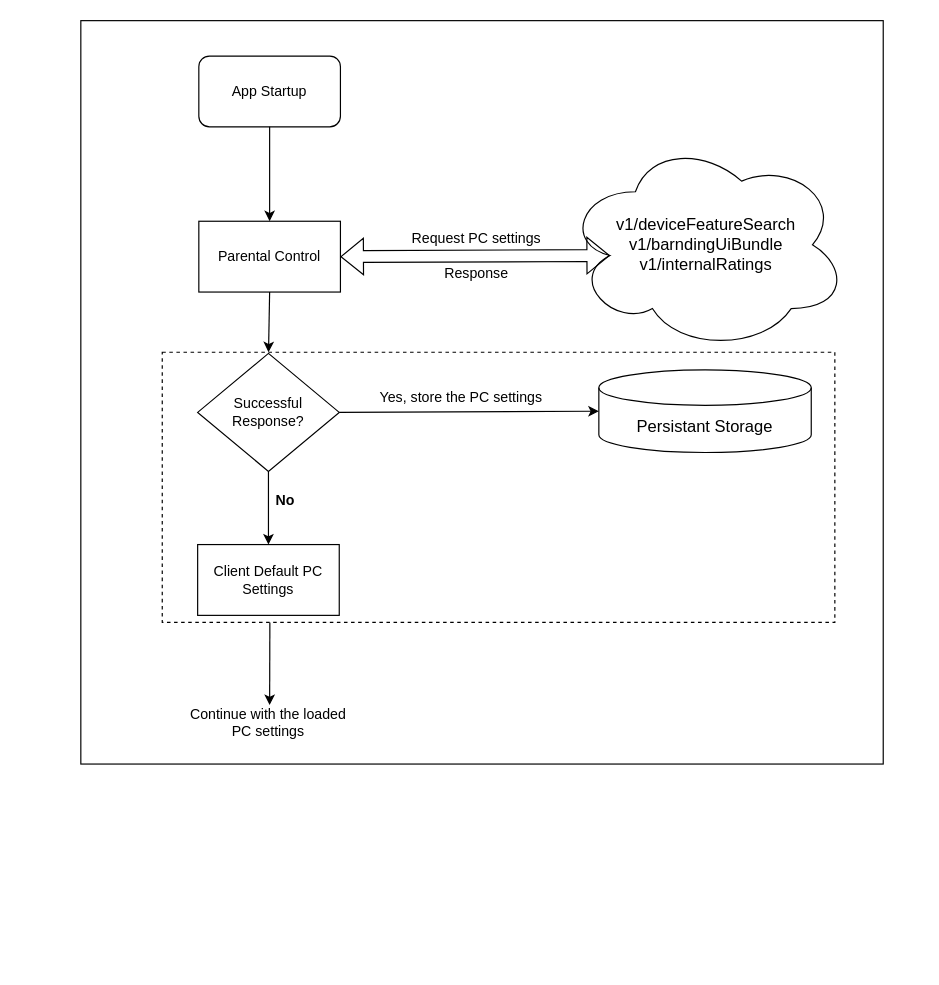
Above: parental-control-flow.drawio in ashokkumarsh/diagrams (draw.io), before the change. Source tidied: cells renumbered, new cells numbered last; positions are measured from the earlier drawing's top-left corner, leaving out a move shared by most shapes. Both pictures are drawn from the tidied source at 118%, with x=0, y=0 at pixel (80, 20).
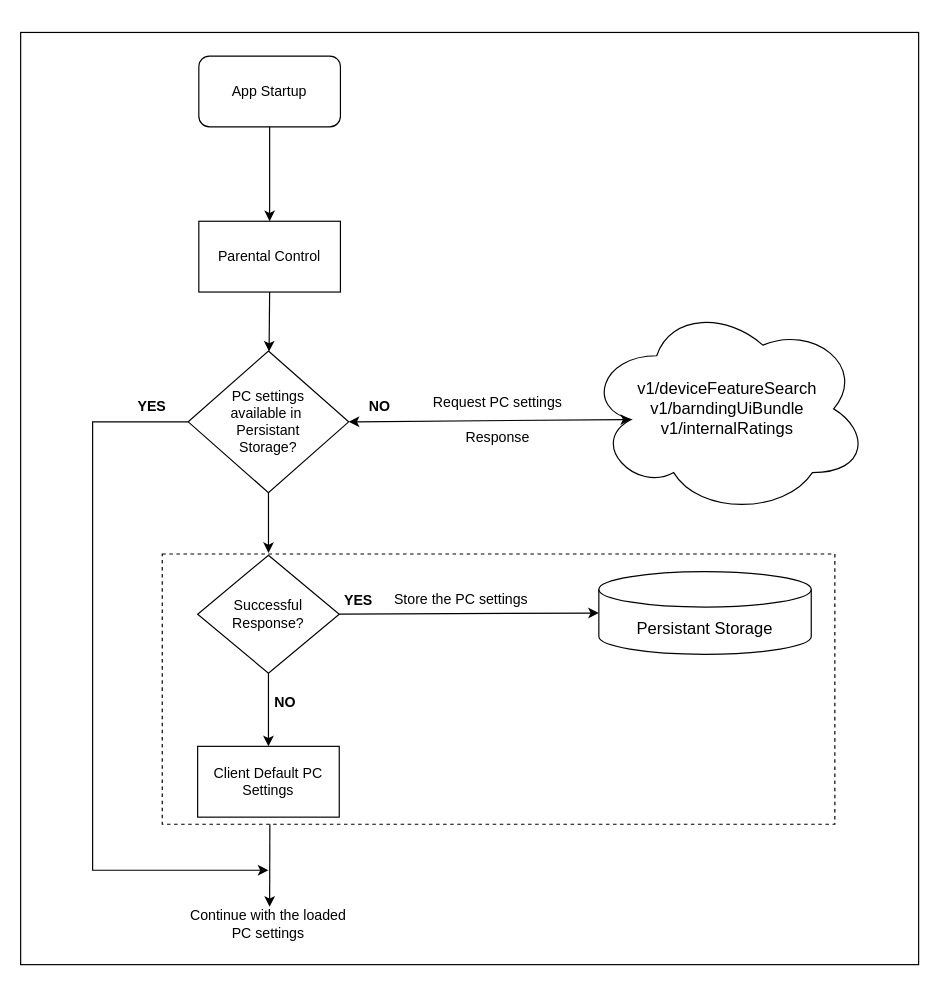
Above is the later version.

The edit, as a diff of the source:
```diff
@@
-    <mxCell id="2" style="rounded=0;whiteSpace=wrap;html=1;" parent="1" vertex="1">
-      <mxGeometry width="680" height="630" as="geometry" />
-    </mxCell>
+    <mxCell id="23" style="group;" parent="1" vertex="1">
+      <mxGeometry x="-51" y="10" width="761" height="790" as="geometry" />
+    </mxCell>
+    <mxCell id="24" style="rounded=0;whiteSpace=wrap;html=1;fillColor=default;" parent="23" vertex="1">
+      <mxGeometry width="761" height="790" as="geometry" />
+    </mxCell>
-    <mxCell id="3" style="rounded=0;whiteSpace=wrap;html=1;fillColor=none;dashed=1;" parent="1" vertex="1">
-      <mxGeometry x="69" y="281" width="570" height="229" as="geometry" />
+    <mxCell id="3" style="rounded=0;whiteSpace=wrap;html=1;fillColor=none;dashed=1;" parent="23" vertex="1">
+      <mxGeometry x="120" y="442" width="570" height="229" as="geometry" />
     </mxCell>
-    <mxCell id="4" value="&lt;span style=&quot;font-size: 14px;&quot;&gt;&lt;font style=&quot;font-size: 14px;&quot;&gt;v1/deviceFeatureSearch&lt;/font&gt;&lt;/span&gt;&lt;div style=&quot;font-size: 14px;&quot;&gt;&lt;font style=&quot;font-size: 14px;&quot;&gt;v1/barndingUiBundle&lt;/font&gt;&lt;/div&gt;&lt;div style=&quot;font-size: 14px;&quot;&gt;&lt;font style=&quot;font-size: 14px;&quot;&gt;v1/internalRatings&lt;/font&gt;&lt;/div&gt;" style="ellipse;shape=cloud;whiteSpace=wrap;html=1;" parent="1" vertex="1">
-      <mxGeometry x="410" y="100" width="240" height="180" as="geometry" />
+    <mxCell id="4" value="&lt;span style=&quot;font-size: 14px;&quot;&gt;&lt;font style=&quot;font-size: 14px;&quot;&gt;v1/deviceFeatureSearch&lt;/font&gt;&lt;/span&gt;&lt;div style=&quot;font-size: 14px;&quot;&gt;&lt;font style=&quot;font-size: 14px;&quot;&gt;v1/barndingUiBundle&lt;/font&gt;&lt;/div&gt;&lt;div style=&quot;font-size: 14px;&quot;&gt;&lt;font style=&quot;font-size: 14px;&quot;&gt;v1/internalRatings&lt;/font&gt;&lt;/div&gt;" style="ellipse;shape=cloud;whiteSpace=wrap;html=1;" parent="23" vertex="1">
+      <mxGeometry x="479" y="229" width="240" height="180" as="geometry" />
     </mxCell>
-    <mxCell id="5" style="edgeStyle=orthogonalEdgeStyle;rounded=0;orthogonalLoop=1;jettySize=auto;html=1;exitX=0.5;exitY=1;exitDx=0;exitDy=0;exitPerimeter=0;" parent="1" edge="1" source="6" target="6">
+    <mxCell id="5" style="edgeStyle=orthogonalEdgeStyle;rounded=0;orthogonalLoop=1;jettySize=auto;html=1;exitX=0.5;exitY=1;exitDx=0;exitDy=0;exitPerimeter=0;" parent="23" edge="1" source="6" target="6">
       <mxGeometry relative="1" as="geometry" />
     </mxCell>
-    <mxCell id="6" value="&lt;font style=&quot;font-size: 14px;&quot;&gt;Persistant Storage&lt;/font&gt;" style="shape=cylinder3;whiteSpace=wrap;html=1;boundedLbl=1;backgroundOutline=1;size=15;" parent="1" vertex="1">
-      <mxGeometry x="439" y="296" width="180" height="70" as="geometry" />
+    <mxCell id="6" value="&lt;font style=&quot;font-size: 14px;&quot;&gt;Persistant Storage&lt;/font&gt;" style="shape=cylinder3;whiteSpace=wrap;html=1;boundedLbl=1;backgroundOutline=1;size=15;" parent="23" vertex="1">
+      <mxGeometry x="490" y="457" width="180" height="70" as="geometry" />
     </mxCell>
-    <mxCell id="7" value="Parental Control" style="rounded=0;whiteSpace=wrap;html=1;" parent="1" vertex="1">
-      <mxGeometry x="100" y="170" width="120" height="60" as="geometry" />
+    <mxCell id="7" value="Parental Control" style="rounded=0;whiteSpace=wrap;html=1;" parent="23" vertex="1">
+      <mxGeometry x="151" y="160" width="120" height="60" as="geometry" />
     </mxCell>
-    <mxCell id="8" value="App Startup" style="rounded=1;whiteSpace=wrap;html=1;" parent="1" vertex="1">
-      <mxGeometry x="100" y="30" width="120" height="60" as="geometry" />
+    <mxCell id="8" value="App Startup" style="rounded=1;whiteSpace=wrap;html=1;" parent="23" vertex="1">
+      <mxGeometry x="151" y="20" width="120" height="60" as="geometry" />
     </mxCell>
-    <mxCell id="9" style="endArrow=classic;html=1;rounded=0;exitX=0.5;exitY=1;exitDx=0;exitDy=0;" parent="1" edge="1" source="8" target="7">
+    <mxCell id="9" style="endArrow=classic;html=1;rounded=0;exitX=0.5;exitY=1;exitDx=0;exitDy=0;" parent="23" edge="1" source="8" target="7">
       <mxGeometry relative="1" as="geometry" />
     </mxCell>
-    <mxCell id="10" value="Request PC settings" style="text;html=1;align=center;verticalAlign=middle;strokeColor=none;fillColor=none;" parent="1" vertex="1">
-      <mxGeometry x="270" y="170" width="130" height="30" as="geometry" />
+    <mxCell id="10" value="Request PC settings" style="text;html=1;align=center;verticalAlign=middle;strokeColor=none;fillColor=none;" parent="23" vertex="1">
+      <mxGeometry x="339" y="299" width="130" height="30" as="geometry" />
     </mxCell>
-    <mxCell id="11" style="shape=flexArrow;endArrow=classic;startArrow=classic;html=1;rounded=0;exitX=1;exitY=0.5;exitDx=0;exitDy=0;entryX=0.16;entryY=0.55;entryDx=0;entryDy=0;entryPerimeter=0;" parent="1" edge="1" source="7" target="4">
-      <mxGeometry relative="1" as="geometry" />
-    </mxCell>
-    <mxCell id="12" value="Response" style="text;html=1;align=center;verticalAlign=middle;strokeColor=none;fillColor=none;" parent="1" vertex="1">
-      <mxGeometry x="295" y="200" width="80" height="30" as="geometry" />
+    <mxCell id="12" value="Response" style="text;html=1;align=center;verticalAlign=middle;strokeColor=none;fillColor=none;" parent="23" vertex="1">
+      <mxGeometry x="364" y="329" width="80" height="30" as="geometry" />
     </mxCell>
-    <mxCell id="13" value="Successful Response?" style="rhombus;whiteSpace=wrap;html=1;" parent="1" vertex="1">
-      <mxGeometry x="99" y="282" width="120" height="100" as="geometry" />
+    <mxCell id="13" value="Successful Response?" style="rhombus;whiteSpace=wrap;html=1;" parent="23" vertex="1">
+      <mxGeometry x="150" y="443" width="120" height="100" as="geometry" />
     </mxCell>
-    <mxCell id="14" style="endArrow=classic;html=1;rounded=0;exitX=0.5;exitY=1;exitDx=0;exitDy=0;entryX=0.158;entryY=0;entryDx=0;entryDy=0;entryPerimeter=0;" parent="1" edge="1" source="7" target="3">
+    <mxCell id="14" style="endArrow=classic;html=1;rounded=0;exitX=0.5;exitY=1;exitDx=0;exitDy=0;" parent="23" edge="1" source="7" target="25">
       <mxGeometry relative="1" as="geometry" />
     </mxCell>
-    <mxCell id="15" style="endArrow=classic;html=1;rounded=0;exitX=1;exitY=0.5;exitDx=0;exitDy=0;entryX=0;entryY=0.5;entryDx=0;entryDy=0;entryPerimeter=0;" parent="1" edge="1" source="13" target="6">
+    <mxCell id="15" style="endArrow=classic;html=1;rounded=0;exitX=1;exitY=0.5;exitDx=0;exitDy=0;entryX=0;entryY=0.5;entryDx=0;entryDy=0;entryPerimeter=0;" parent="23" edge="1" source="13" target="6">
       <mxGeometry relative="1" as="geometry" />
     </mxCell>
-    <mxCell id="16" value="Yes, store the PC settings" style="text;html=1;align=center;verticalAlign=middle;strokeColor=none;fillColor=none;" parent="1" vertex="1">
-      <mxGeometry x="242" y="305" width="160" height="30" as="geometry" />
+    <mxCell id="16" value="Store the PC settings" style="text;html=1;align=center;verticalAlign=middle;strokeColor=none;fillColor=none;" parent="23" vertex="1">
+      <mxGeometry x="303" y="466" width="140" height="30" as="geometry" />
     </mxCell>
-    <mxCell id="17" value="Client Default PC Settings" style="rounded=0;whiteSpace=wrap;html=1;" parent="1" vertex="1">
-      <mxGeometry x="99" y="444" width="120" height="60" as="geometry" />
+    <mxCell id="17" value="Client Default PC Settings" style="rounded=0;whiteSpace=wrap;html=1;" parent="23" vertex="1">
+      <mxGeometry x="150" y="605" width="120" height="60" as="geometry" />
     </mxCell>
-    <mxCell id="18" style="endArrow=classic;html=1;rounded=0;exitX=0.5;exitY=1;exitDx=0;exitDy=0;" parent="1" edge="1" source="13" target="17">
+    <mxCell id="18" style="endArrow=classic;html=1;rounded=0;exitX=0.5;exitY=1;exitDx=0;exitDy=0;" parent="23" edge="1" source="13" target="17">
       <mxGeometry relative="1" as="geometry" />
     </mxCell>
-    <mxCell id="19" value="No" style="text;html=1;align=center;verticalAlign=middle;strokeColor=none;fillColor=none;fontStyle=1;" parent="1" vertex="1">
-      <mxGeometry x="153" y="392" width="40" height="30" as="geometry" />
+    <mxCell id="19" value="NO" style="text;html=1;align=center;verticalAlign=middle;strokeColor=none;fillColor=none;fontStyle=1;" parent="23" vertex="1">
+      <mxGeometry x="204" y="553" width="40" height="30" as="geometry" />
     </mxCell>
-    <mxCell id="20" style="edgeStyle=orthogonalEdgeStyle;rounded=0;orthogonalLoop=1;jettySize=auto;html=1;exitX=0.5;exitY=1;exitDx=0;exitDy=0;" parent="1" edge="1" source="3" target="3">
+    <mxCell id="20" style="edgeStyle=orthogonalEdgeStyle;rounded=0;orthogonalLoop=1;jettySize=auto;html=1;exitX=0.5;exitY=1;exitDx=0;exitDy=0;" parent="23" edge="1" source="3" target="3">
       <mxGeometry relative="1" as="geometry" />
     </mxCell>
-    <mxCell id="21" style="endArrow=classic;html=1;rounded=0;exitX=0.16;exitY=1;exitDx=0;exitDy=0;exitPerimeter=0;" parent="1" edge="1" source="3">
+    <mxCell id="21" style="endArrow=classic;html=1;rounded=0;exitX=0.16;exitY=1;exitDx=0;exitDy=0;exitPerimeter=0;" parent="23" edge="1" source="3">
       <mxGeometry relative="1" as="geometry">
-        <mxPoint x="160" y="580" as="targetPoint" />
+        <mxPoint x="211" y="741" as="targetPoint" />
       </mxGeometry>
     </mxCell>
-    <mxCell id="22" value="Continue with the loaded PC settings" style="text;html=1;align=center;verticalAlign=middle;whiteSpace=wrap;rounded=0;" parent="1" vertex="1">
-      <mxGeometry x="89" y="580" width="140" height="30" as="geometry" />
+    <mxCell id="22" value="Continue with the loaded PC settings" style="text;html=1;align=center;verticalAlign=middle;whiteSpace=wrap;rounded=0;" parent="23" vertex="1">
+      <mxGeometry x="140" y="741" width="140" height="30" as="geometry" />
     </mxCell>
+    <mxCell id="25" value="PC settings&lt;div&gt;available in&amp;nbsp;&lt;/div&gt;&lt;div&gt;Persistant&lt;/div&gt;&lt;div&gt;Storage?&lt;/div&gt;" style="rhombus;whiteSpace=wrap;html=1;" parent="23" vertex="1">
+      <mxGeometry x="142" y="270" width="136" height="120" as="geometry" />
+    </mxCell>
+    <mxCell id="26" style="endArrow=classic;startArrow=classic;html=1;rounded=0;exitX=1;exitY=0.5;exitDx=0;exitDy=0;entryX=0.16;entryY=0.55;entryDx=0;entryDy=0;entryPerimeter=0;" parent="23" edge="1" source="25" target="4">
+      <mxGeometry relative="1" as="geometry" />
+    </mxCell>
+    <mxCell id="27" value="NO" style="text;html=1;align=center;verticalAlign=middle;strokeColor=none;fillColor=none;fontStyle=1;" parent="23" vertex="1">
+      <mxGeometry x="284" y="302" width="40" height="30" as="geometry" />
+    </mxCell>
+    <mxCell id="28" style="endArrow=classic;html=1;rounded=0;exitX=0.5;exitY=1;exitDx=0;exitDy=0;entryX=0.158;entryY=-0.004;entryDx=0;entryDy=0;entryPerimeter=0;" parent="23" edge="1" source="25" target="3">
+      <mxGeometry relative="1" as="geometry" />
+    </mxCell>
+    <mxCell id="29" style="endArrow=classic;html=1;rounded=0;exitX=0;exitY=0.5;exitDx=0;exitDy=0;" parent="23" edge="1" source="25">
+      <mxGeometry relative="1" as="geometry">
+        <mxPoint x="210" y="710" as="targetPoint" />
+        <Array as="points">
+          <mxPoint x="61" y="330" />
+          <mxPoint x="61" y="710" />
+        </Array>
+      </mxGeometry>
+    </mxCell>
+    <mxCell id="30" value="YES" style="text;html=1;align=center;verticalAlign=middle;strokeColor=none;fillColor=none;fontStyle=1;" parent="23" vertex="1">
+      <mxGeometry x="86" y="302" width="50" height="30" as="geometry" />
+    </mxCell>
+    <mxCell id="31" value="YES" style="text;html=1;align=center;verticalAlign=middle;strokeColor=none;fillColor=none;fontStyle=1;" parent="23" vertex="1">
+      <mxGeometry x="261" y="467" width="50" height="30" as="geometry" />
+    </mxCell>
```
